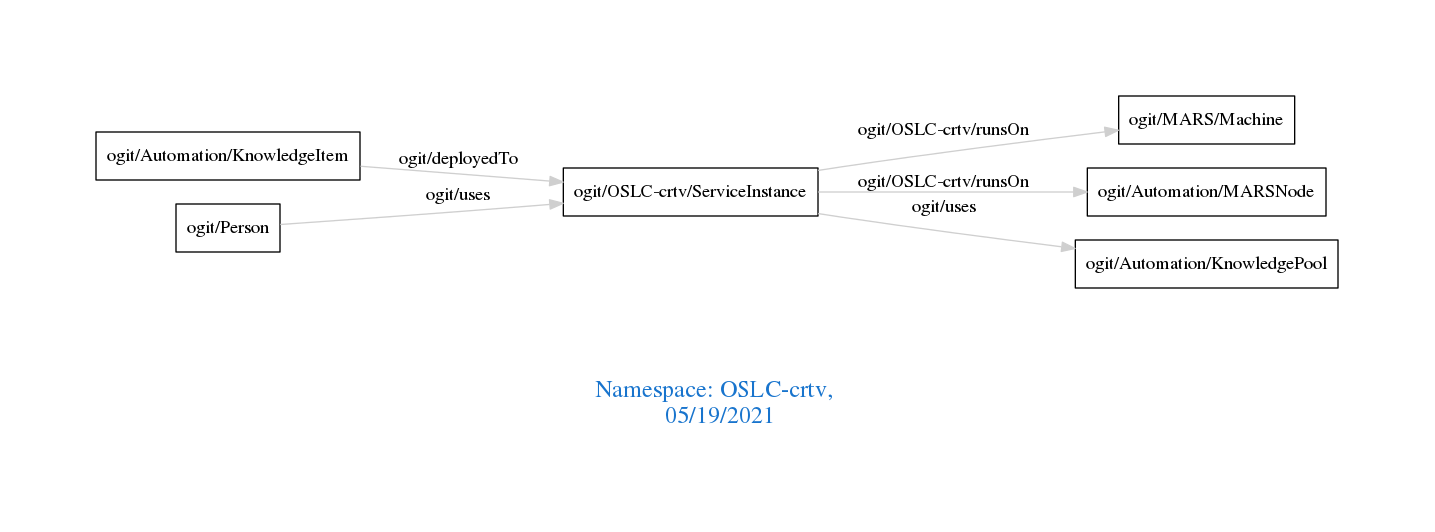
Above: downloads/OSLC-crtv.png in arago/OGIT (Graphviz), before the change. Its source is kept beside it as downloads/OSLC-crtv.dot.
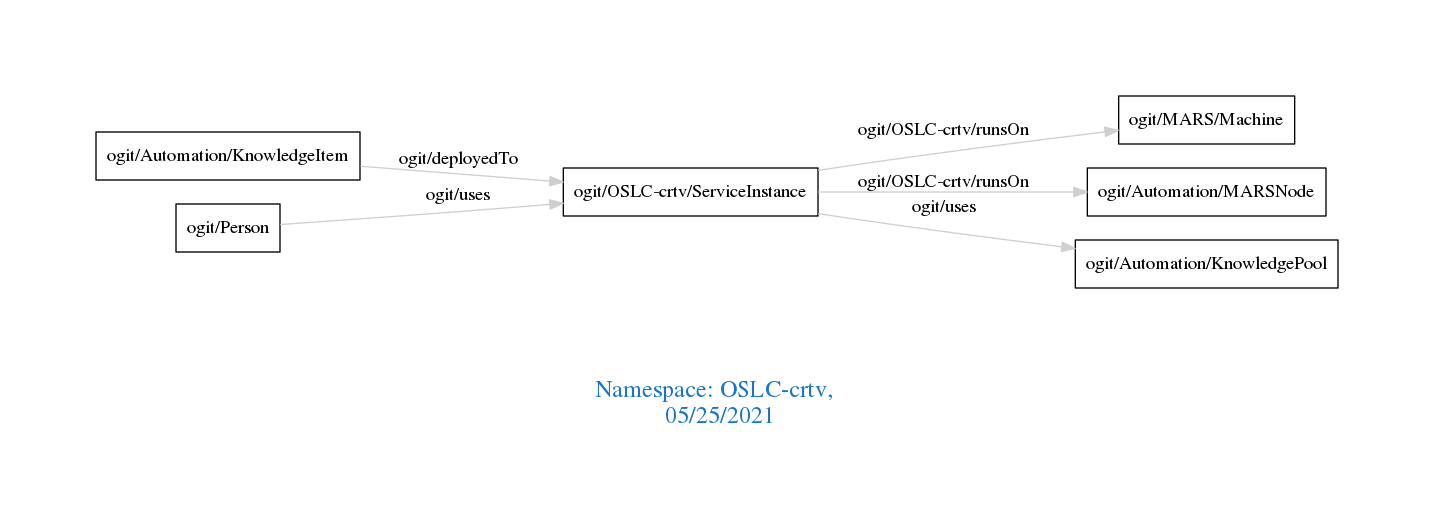
After the commit.

Change to the diagram source:
```diff
@@ -1,7 +1,7 @@
 digraph OGIT_ontology {
  graph [ rankdir= LR,pad=1
 fontsize = 18,
-fontcolor= dodgerblue3,label = "\n\n\nNamespace: OSLC-crtv, \n 05/19/2021"];
+fontcolor= dodgerblue3,label = "\n\n\nNamespace: OSLC-crtv, \n 05/25/2021"];
 node[shape=polygon];
 edge [  color="gray81"];
 
```
